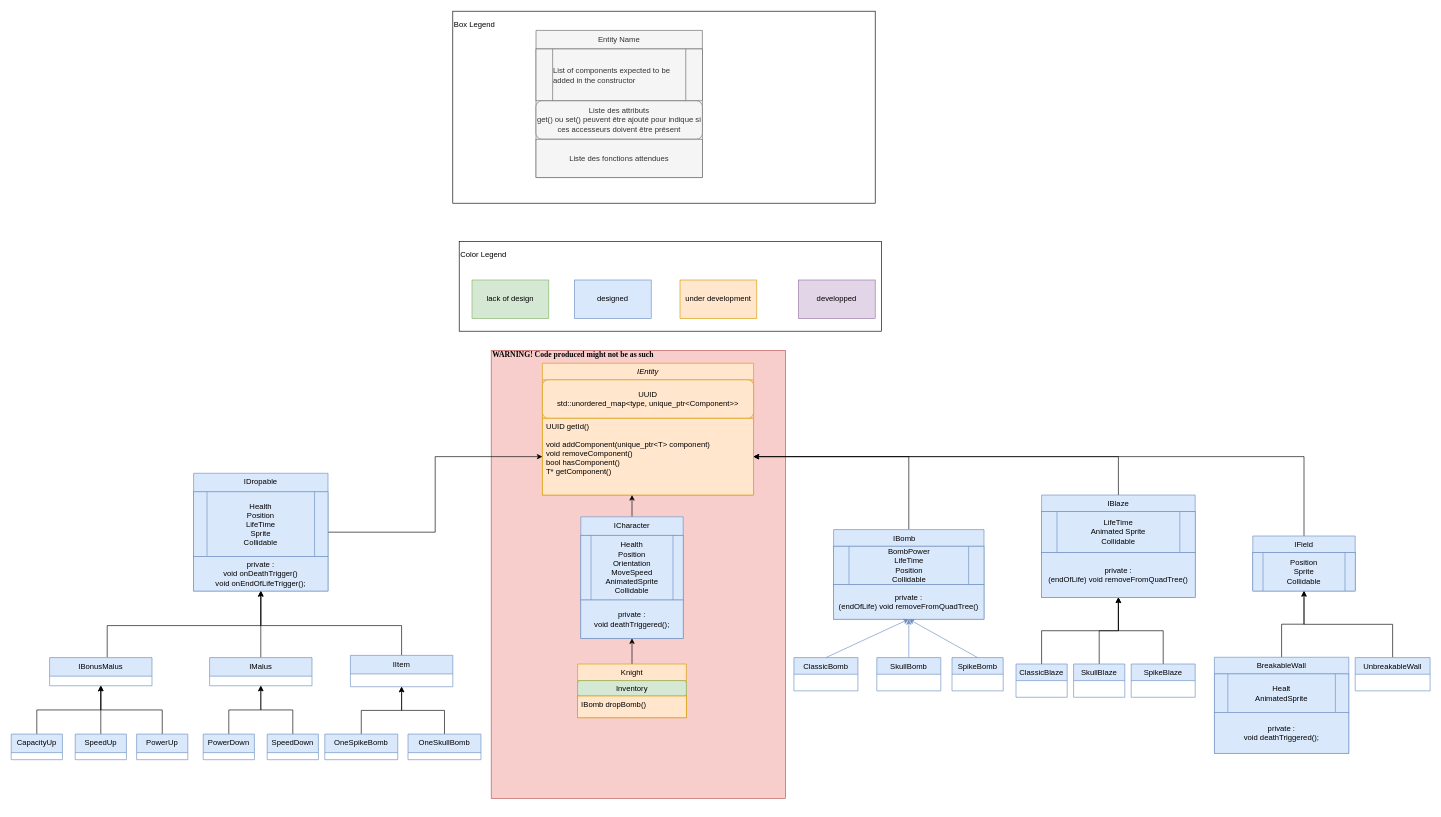
Earlier version of the draw.io diagram page "Entity" (1 of 5) of doc/UMLGeneralFramework.drawio (Kragoum/BomberKnight). Source tidied: cells renumbered, new cells numbered last; positions are measured from the earlier drawing's top-left corner, leaving out a move shared by most shapes. Both pictures are drawn from the tidied source at 64%, with x=0, y=0 at pixel (11, 11).
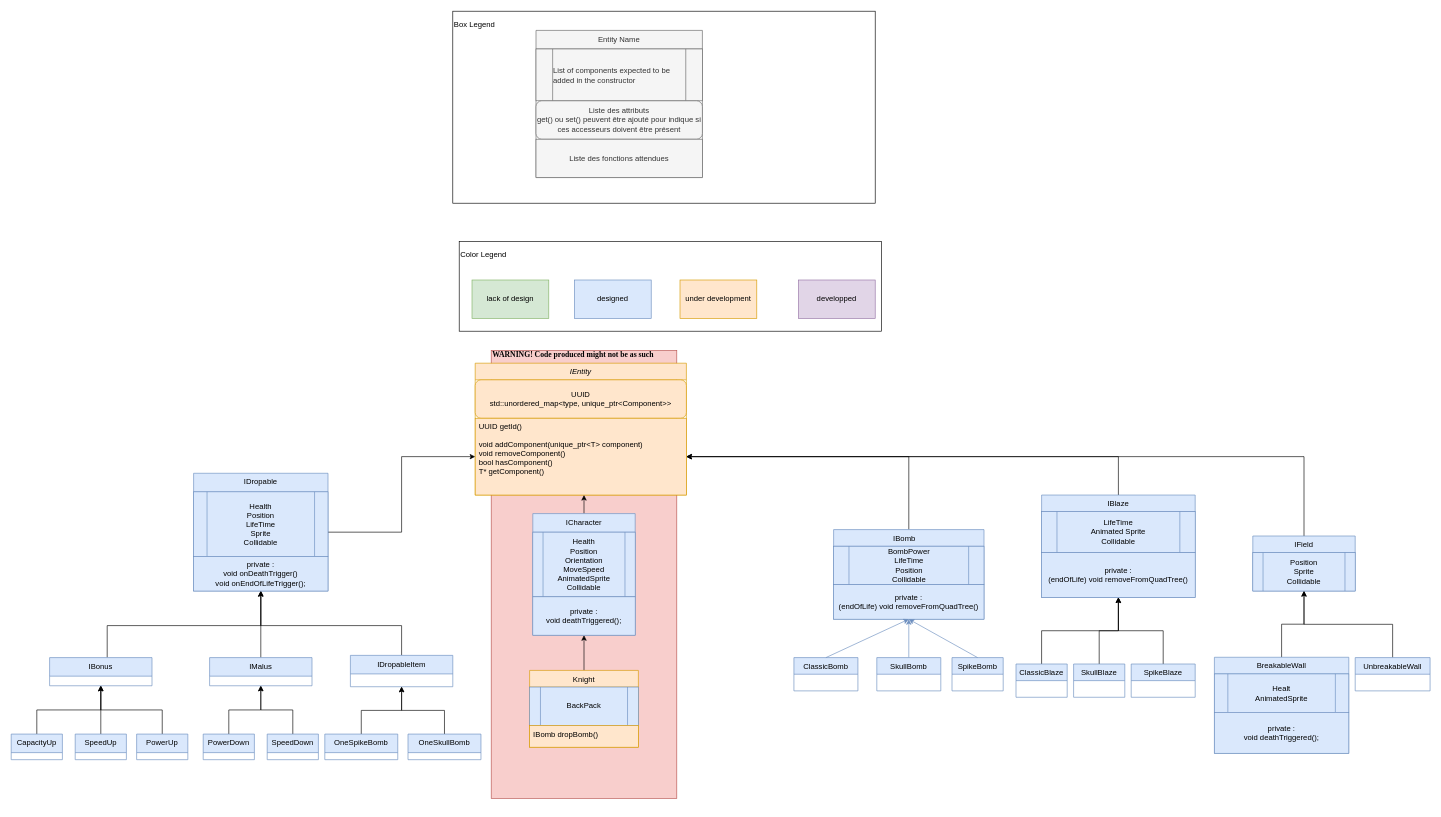
The same page after the edit.

Commit message (it also covers changes not shown here):
doc(UML): design of backpack

Change to the diagram source:
```diff
@@
     <mxCell id="3" value="&lt;p&gt;&lt;b&gt;&lt;font face=&quot;Times New Roman&quot;&gt;WARNING! Code produced might not be as such&lt;/font&gt;&lt;/b&gt;&lt;/p&gt;&lt;p&gt;&lt;b&gt;&lt;font face=&quot;Times New Roman&quot;&gt;&lt;br&gt;&lt;/font&gt;&lt;/b&gt;&lt;/p&gt;&lt;p&gt;&lt;b&gt;&lt;font face=&quot;Times New Roman&quot;&gt;&lt;br&gt;&lt;/font&gt;&lt;/b&gt;&lt;/p&gt;&lt;p&gt;&lt;b&gt;&lt;font face=&quot;Times New Roman&quot;&gt;&lt;br&gt;&lt;/font&gt;&lt;/b&gt;&lt;/p&gt;&lt;p&gt;&lt;b&gt;&lt;font face=&quot;Times New Roman&quot;&gt;&lt;br&gt;&lt;/font&gt;&lt;/b&gt;&lt;/p&gt;&lt;p&gt;&lt;b&gt;&lt;font face=&quot;Times New Roman&quot;&gt;&lt;br&gt;&lt;/font&gt;&lt;/b&gt;&lt;/p&gt;&lt;p&gt;&lt;b&gt;&lt;font face=&quot;Times New Roman&quot;&gt;&lt;br&gt;&lt;/font&gt;&lt;/b&gt;&lt;/p&gt;&lt;p&gt;&lt;b&gt;&lt;font face=&quot;Times New Roman&quot;&gt;&lt;br&gt;&lt;/font&gt;&lt;/b&gt;&lt;/p&gt;&lt;p&gt;&lt;b&gt;&lt;font face=&quot;Times New Roman&quot;&gt;&lt;br&gt;&lt;/font&gt;&lt;/b&gt;&lt;/p&gt;&lt;p&gt;&lt;b&gt;&lt;font face=&quot;Times New Roman&quot;&gt;&lt;br&gt;&lt;/font&gt;&lt;/b&gt;&lt;/p&gt;&lt;p&gt;&lt;b&gt;&lt;font face=&quot;Times New Roman&quot;&gt;&lt;br&gt;&lt;/font&gt;&lt;/b&gt;&lt;/p&gt;&lt;p&gt;&lt;b&gt;&lt;font face=&quot;Times New Roman&quot;&gt;&lt;br&gt;&lt;/font&gt;&lt;/b&gt;&lt;/p&gt;&lt;p&gt;&lt;b&gt;&lt;font face=&quot;Times New Roman&quot;&gt;&lt;br&gt;&lt;/font&gt;&lt;/b&gt;&lt;/p&gt;&lt;p&gt;&lt;b&gt;&lt;font face=&quot;Times New Roman&quot;&gt;&lt;br&gt;&lt;/font&gt;&lt;/b&gt;&lt;/p&gt;&lt;p&gt;&lt;b&gt;&lt;font face=&quot;Times New Roman&quot;&gt;&lt;br&gt;&lt;/font&gt;&lt;/b&gt;&lt;/p&gt;&lt;p&gt;&lt;br&gt;&lt;/p&gt;&lt;p&gt;&lt;br&gt;&lt;/p&gt;&lt;p&gt;&lt;br&gt;&lt;/p&gt;&lt;p&gt;&lt;br&gt;&lt;/p&gt;&lt;p&gt;&lt;br&gt;&lt;/p&gt;&lt;p&gt;&lt;br&gt;&lt;/p&gt;&lt;p&gt;&lt;br&gt;&lt;/p&gt;&lt;p&gt;&lt;br&gt;&lt;/p&gt;&lt;p&gt;&lt;br&gt;&lt;/p&gt;&lt;p&gt;&lt;br&gt;&lt;/p&gt;&lt;p&gt;&lt;br&gt;&lt;/p&gt;&lt;p&gt;&lt;br&gt;&lt;/p&gt;" style="rounded=0;whiteSpace=wrap;html=1;fillColor=#f8cecc;strokeColor=#b85450;align=left;" parent="1" vertex="1">
-      <mxGeometry x="750" y="530" width="460" height="700" as="geometry" />
+      <mxGeometry x="750" y="530" width="290" height="700" as="geometry" />
     </mxCell>
     <mxCell id="4" value="IEntity" style="swimlane;fontStyle=2;align=center;verticalAlign=top;horizontal=1;startSize=26;rounded=0;shadow=0;strokeWidth=1;fillColor=#ffe6cc;strokeColor=#d79b00;" parent="1" vertex="1">
-      <mxGeometry x="830" y="550" width="330" height="206" as="geometry" />
+      <mxGeometry x="725" y="550" width="330" height="206" as="geometry" />
     </mxCell>
@@
     <mxCell id="27" value="Knight" style="swimlane;fontStyle=0;align=center;verticalAlign=top;horizontal=1;startSize=26;rounded=0;shadow=0;strokeWidth=1;fillColor=#ffe6cc;strokeColor=#d79b00;" parent="1" vertex="1">
-      <mxGeometry x="885" y="1020" width="170" height="84" as="geometry" />
+      <mxGeometry x="810" y="1030" width="170" height="120" as="geometry" />
     </mxCell>
-    <mxCell id="28" value="&lt;span style=&quot;font-family: Helvetica; font-size: 12px; font-style: normal; font-variant-ligatures: normal; font-variant-caps: normal; font-weight: 400; letter-spacing: normal; orphans: 2; text-align: left; text-indent: 0px; text-transform: none; widows: 2; word-spacing: 0px; -webkit-text-stroke-width: 0px; text-decoration-thickness: initial; text-decoration-style: initial; text-decoration-color: initial; float: none; display: inline !important;&quot;&gt;Inventory&lt;br&gt;&lt;/span&gt;" style="rounded=1;whiteSpace=wrap;html=1;fillColor=#d5e8d4;strokeColor=#82b366;" parent="27" vertex="1">
-      <mxGeometry y="26" width="170" height="24" as="geometry" />
-    </mxCell>
+    <mxCell id="78" value="&lt;span style=&quot;text-align: left;&quot;&gt;BackPack&lt;/span&gt;" style="shape=process;whiteSpace=wrap;html=1;backgroundOutline=1;fillColor=#dae8fc;strokeColor=#6c8ebf;" parent="27" vertex="1">
+      <mxGeometry y="26" width="170" height="60" as="geometry" />
+    </mxCell>
     <mxCell id="29" value="IBomb dropBomb()" style="text;align=left;verticalAlign=top;spacingLeft=4;spacingRight=4;overflow=hidden;fillColor=#ffe6cc;strokeColor=#d79b00;" parent="27" vertex="1">
-      <mxGeometry y="50" width="170" height="34" as="geometry" />
+      <mxGeometry y="86" width="170" height="34" as="geometry" />
     </mxCell>
@@
-    <mxCell id="42" value="IItem" style="swimlane;fontStyle=0;align=center;verticalAlign=top;horizontal=1;startSize=29;rounded=0;shadow=0;strokeWidth=1;fillColor=#dae8fc;strokeColor=#6c8ebf;" parent="1" vertex="1">
+    <mxCell id="42" value="IDropableItem" style="swimlane;fontStyle=0;align=center;verticalAlign=top;horizontal=1;startSize=29;rounded=0;shadow=0;strokeWidth=1;fillColor=#dae8fc;strokeColor=#6c8ebf;" parent="1" vertex="1">
       <mxGeometry x="530" y="1006.5" width="160" height="49" as="geometry" />
     </mxCell>
@@
-    <mxCell id="44" value="IBonusMalus" style="swimlane;fontStyle=0;align=center;verticalAlign=top;horizontal=1;startSize=29;rounded=0;shadow=0;strokeWidth=1;fillColor=#dae8fc;strokeColor=#6c8ebf;" parent="1" vertex="1">
+    <mxCell id="44" value="IBonus" style="swimlane;fontStyle=0;align=center;verticalAlign=top;horizontal=1;startSize=29;rounded=0;shadow=0;strokeWidth=1;fillColor=#dae8fc;strokeColor=#6c8ebf;" parent="1" vertex="1">
       <mxGeometry x="60" y="1010" width="160" height="44" as="geometry" />
     </mxCell>
@@
     <mxCell id="55" value="ICharacter" style="swimlane;fontStyle=0;align=center;verticalAlign=top;horizontal=1;startSize=29;rounded=0;shadow=0;strokeWidth=1;fillColor=#dae8fc;strokeColor=#6c8ebf;" parent="1" vertex="1">
-      <mxGeometry x="890" y="790" width="160" height="190" as="geometry" />
+      <mxGeometry x="815" y="785" width="160" height="190" as="geometry" />
     </mxCell>
```
